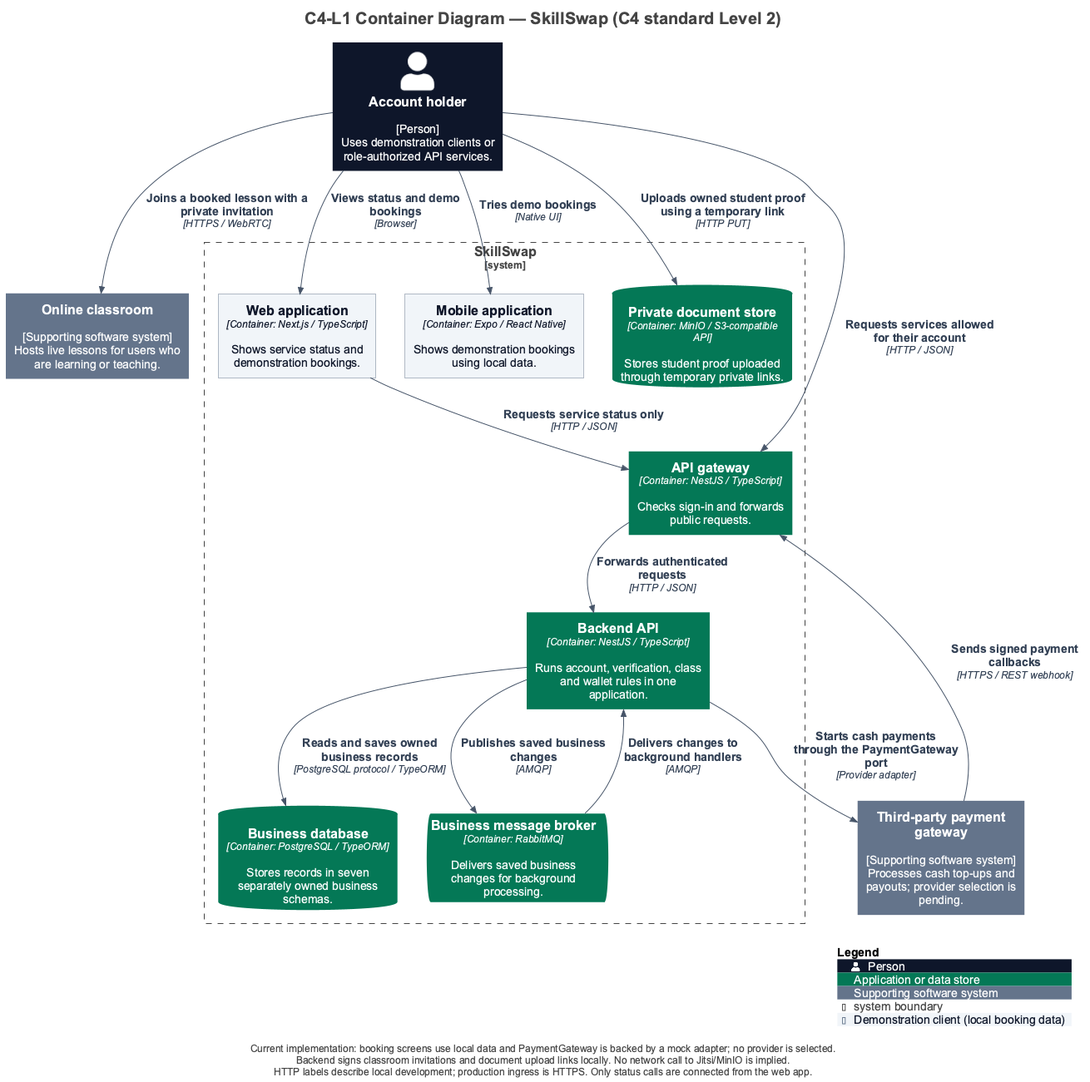
Before: docs/diagrams/c4/generated/structurizr-Containers.png, a diagram exported from PlantUML (trankien022/SkillSwap).
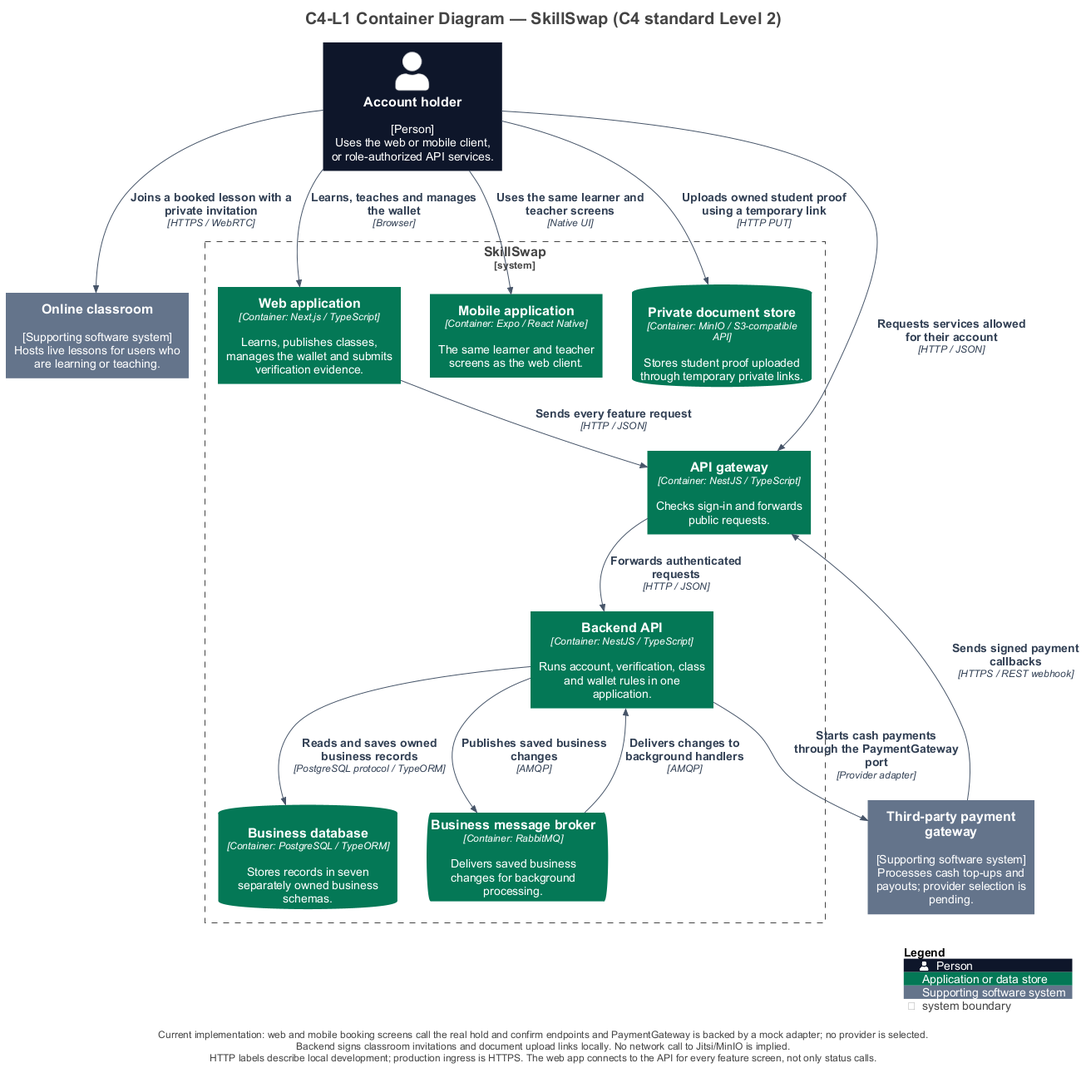
The same diagram one commit later.

Change to the diagram source:
```diff
@@ -27,9 +27,8 @@
 UpdateElementStyle("external_system", $bgColor="#64748B", $fontColor="#FFFFFF", $borderColor="#64748B", $legendText="Supporting software system")
 UpdateElementStyle("container", $bgColor="#047857", $fontColor="#FFFFFF", $borderColor="#047857", $legendText="Application or data store")
 UpdateRelStyle($lineColor="#475569", $textColor="#334155")
-AddElementTag("Demo", $bgColor="#F1F5F9", $fontColor="#0F172A", $borderColor="#64748B", $legendText="Demonstration client (local booking data)")
 
-Person(AccountHolder, "Account holder", $descr="[Person]\nUses demonstration clients or role-authorized API services.", $tags="", $link="")
+Person(AccountHolder, "Account holder", $descr="[Person]\nUses the web or mobile client, or role-authorized API services.", $tags="", $link="")
 System_Ext(Onlineclassroom, "Online classroom", $descr="[Supporting software system]\nHosts live lessons for users who are learning or teaching.", $tags="", $link="")
 System_Ext(Paymentgateway, "Third-party payment gateway", $descr="[Supporting software system]\nProcesses cash top-ups and payouts; provider selection is pending.", $tags="", $link="")
 
@@ -39,16 +38,16 @@
   ContainerDb(SkillSwap.Businessdatabase, "Business database", $techn="Container: PostgreSQL / TypeORM", $descr="Stores records in seven separately owned business schemas.", $tags="", $link="")
   ContainerQueue(SkillSwap.Businessmessagebroker, "Business message broker", $techn="Container: RabbitMQ", $descr="Delivers saved business changes for background processing.", $tags="", $link="")
   ContainerDb(SkillSwap.Privatedocumentstore, "Private document store", $techn="Container: MinIO / S3-compatible API", $descr="Stores student proof uploaded through temporary private links.", $tags="", $link="")
-  Container(SkillSwap.Webapplication, "Web application", $techn="Container: Next.js / TypeScript", $descr="Shows service status and demonstration bookings.", $tags="Demo", $link="")
-  Container(SkillSwap.Mobileapplication, "Mobile application", $techn="Container: Expo / React Native", $descr="Shows demonstration bookings using local data.", $tags="Demo", $link="")
+  Container(SkillSwap.Webapplication, "Web application", $techn="Container: Next.js / TypeScript", $descr="Learns, publishes classes, manages the wallet and submits verification evidence.", $tags="", $link="")
+  Container(SkillSwap.Mobileapplication, "Mobile application", $techn="Container: Expo / React Native", $descr="The same learner and teacher screens as the web client.", $tags="", $link="")
 }
 
-Rel(AccountHolder, SkillSwap.Webapplication, "Views status and demo bookings", $techn="Browser", $tags="", $link="")
-Rel(AccountHolder, SkillSwap.Mobileapplication, "Tries demo bookings", $techn="Native UI", $tags="", $link="")
+Rel(AccountHolder, SkillSwap.Webapplication, "Learns, teaches and manages the wallet", $techn="Browser", $tags="", $link="")
+Rel(AccountHolder, SkillSwap.Mobileapplication, "Uses the same learner and teacher screens", $techn="Native UI", $tags="", $link="")
 Rel(AccountHolder, SkillSwap.APIgateway, "Requests services allowed for their account", $techn="HTTP / JSON", $tags="", $link="")
 Rel(AccountHolder, SkillSwap.Privatedocumentstore, "Uploads owned student proof using a temporary link", $techn="HTTP PUT", $tags="", $link="")
 Rel(AccountHolder, Onlineclassroom, "Joins a booked lesson with a private invitation", $techn="HTTPS / WebRTC", $tags="", $link="")
-Rel(SkillSwap.Webapplication, SkillSwap.APIgateway, "Requests service status only", $techn="HTTP / JSON", $tags="", $link="")
+Rel(SkillSwap.Webapplication, SkillSwap.APIgateway, "Sends every feature request", $techn="HTTP / JSON", $tags="", $link="")
 Rel(SkillSwap.APIgateway, SkillSwap.BackendAPI, "Forwards authenticated requests", $techn="HTTP / JSON", $tags="", $link="")
 Rel(SkillSwap.BackendAPI, SkillSwap.Businessdatabase, "Reads and saves owned business records", $techn="PostgreSQL protocol / TypeORM", $tags="", $link="")
 Rel(SkillSwap.BackendAPI, SkillSwap.Businessmessagebroker, "Publishes saved business changes", $techn="AMQP", $tags="", $link="")
@@ -62,5 +61,5 @@
 Lay_R(SkillSwap.Businessdatabase, SkillSwap.Businessmessagebroker)
 Lay_R(SkillSwap.Privatedocumentstore, Onlineclassroom)
 SHOW_LEGEND()
-footer Current implementation: booking screens use local data and PaymentGateway is backed by a mock adapter; no provider is selected.\nBackend signs classroom invitations and document upload links locally. No network call to Jitsi/MinIO is implied.\nHTTP labels describe local development; production ingress is HTTPS. Only status calls are connected from the web app.
+footer Current implementation: web and mobile booking screens call the real hold and confirm endpoints and PaymentGateway is backed by a mock adapter; no provider is selected.\nBackend signs classroom invitations and document upload links locally. No network call to Jitsi/MinIO is implied.\nHTTP labels describe local development; production ingress is HTTPS. The web app connects to the API for every feature screen, not only status calls.
 @enduml
```
